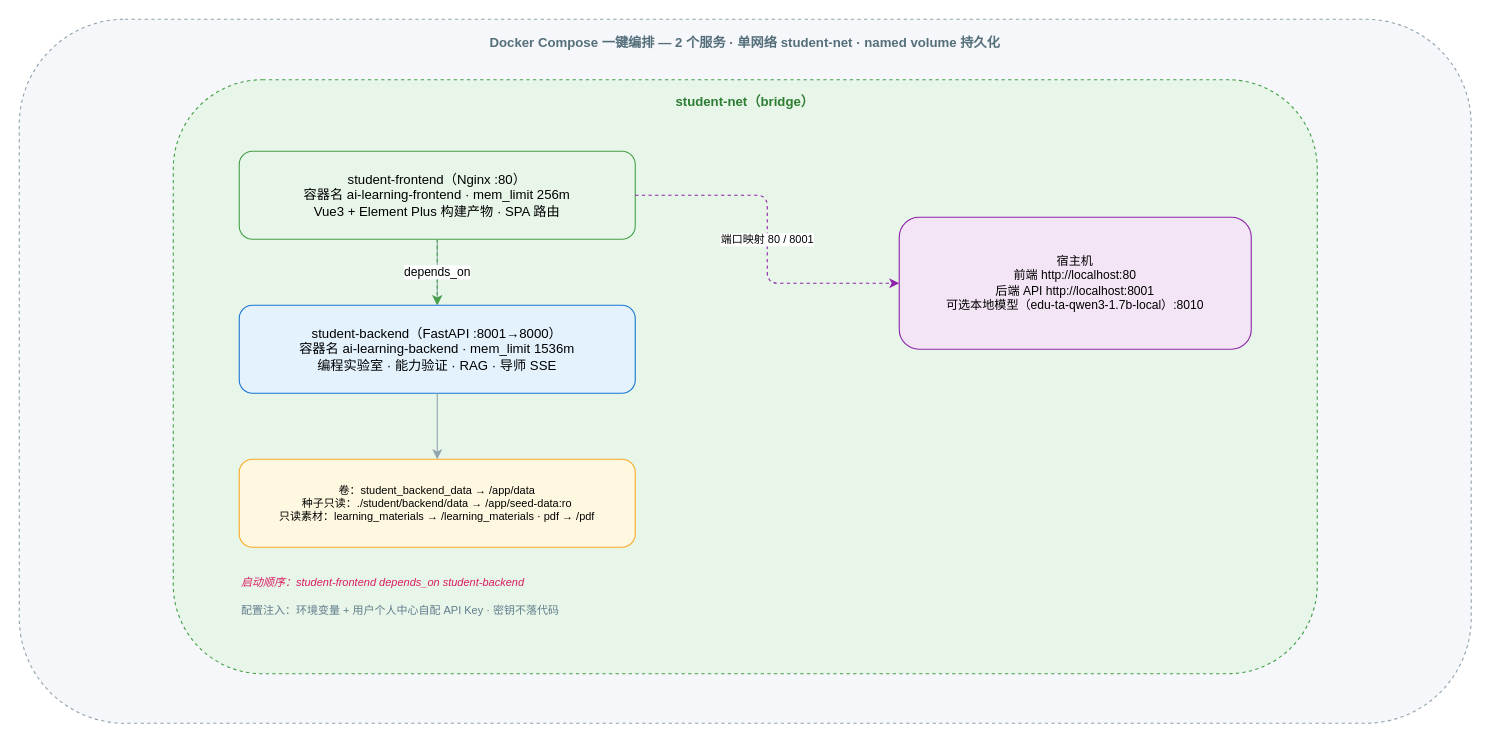
Before: docs/docker_compose_architecture.drawio in guoketg/innovational-competition, a draw.io diagram. Source tidied: cells renumbered, new cells numbered last; positions are measured from the earlier drawing's top-left corner, leaving out a move shared by most shapes. Both pictures are drawn from the tidied source at 110%, with x=0, y=0 at pixel (19, 19).
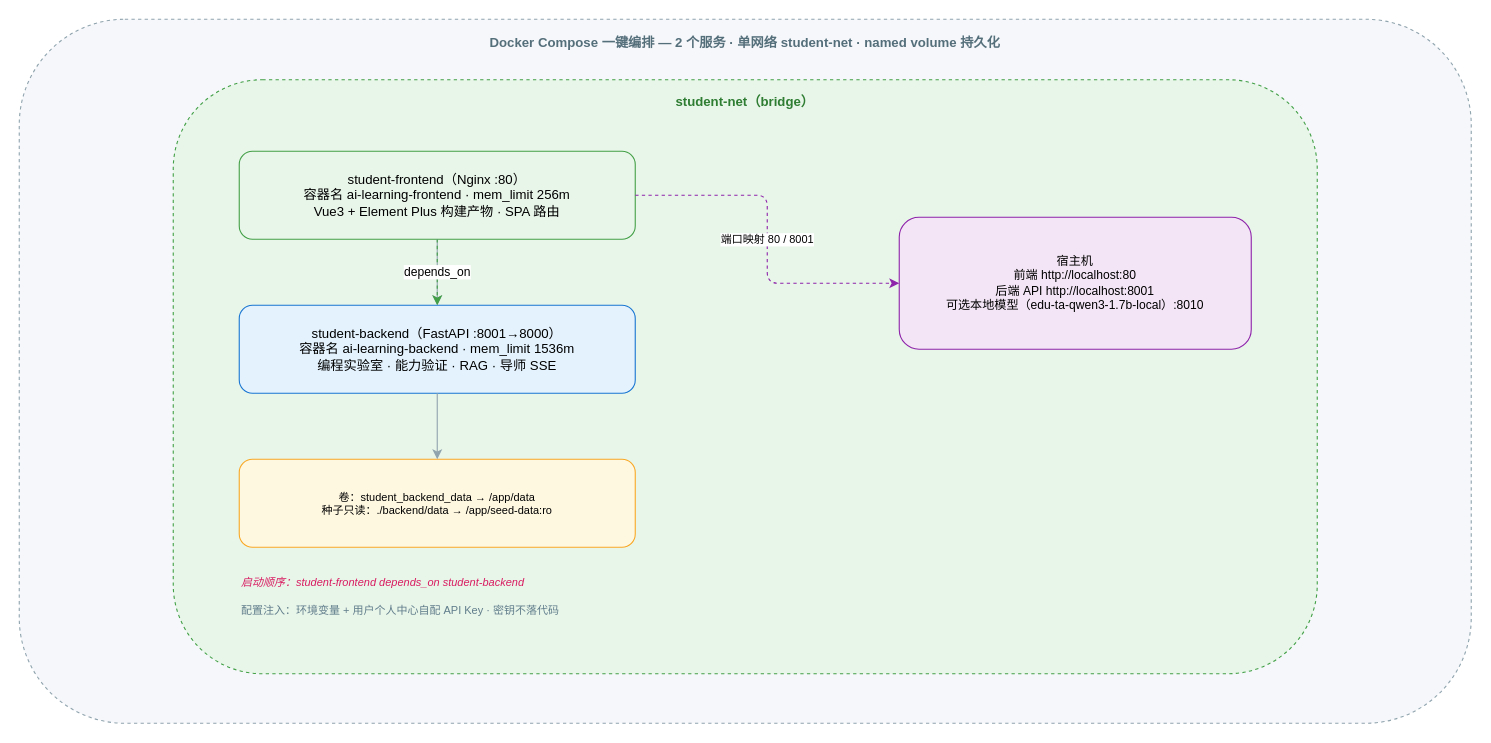
The same page after the edit.

What changed in the source:
```diff
@@
 <mxGraphModel>
   <root>
     <mxCell id="0" />
     <mxCell id="1" parent="0" />
     <mxCell id="2" value="Docker Compose 一键编排 — 2 个服务 · 单网络 student-net · named volume 持久化" style="rounded=1;whiteSpace=wrap;html=1;dashed=1;strokeColor=#90A4AE;fillColor=#F5F7FA;verticalAlign=top;align=center;fontColor=#546E7A;fontStyle=1;fontSize=12;spacingTop=8;" parent="1" vertex="1">
       <mxGeometry width="1320" height="640" as="geometry" />
     </mxCell>
     <mxCell id="3" value="student-net（bridge）" style="rounded=1;whiteSpace=wrap;html=1;dashed=1;strokeColor=#43A047;fillColor=#E8F5E9;verticalAlign=top;align=center;fontColor=#2E7D32;fontStyle=1;fontSize=12;spacingTop=6;" parent="1" vertex="1">
       <mxGeometry x="140" y="55" width="1040" height="540" as="geometry" />
     </mxCell>
     <mxCell id="4" value="student-frontend（Nginx :80）&#10;容器名 ai-learning-frontend · mem_limit 256m&#10;Vue3 + Element Plus 构建产物 · SPA 路由" style="rounded=1;whiteSpace=wrap;html=1;fillColor=#E8F5E9;strokeColor=#43A047;fontSize=12;" parent="1" vertex="1">
       <mxGeometry x="200" y="120" width="360" height="80" as="geometry" />
     </mxCell>
     <mxCell id="5" value="student-backend（FastAPI :8001→8000）&#10;容器名 ai-learning-backend · mem_limit 1536m&#10;编程实验室 · 能力验证 · RAG · 导师 SSE" style="rounded=1;whiteSpace=wrap;html=1;fillColor=#E3F2FD;strokeColor=#1976D2;fontSize=12;" parent="1" vertex="1">
       <mxGeometry x="200" y="260" width="360" height="80" as="geometry" />
     </mxCell>
-    <mxCell id="6" value="卷：student_backend_data → /app/data&#10;种子只读：./student/backend/data → /app/seed-data:ro&#10;只读素材：learning_materials → /learning_materials · pdf → /pdf" style="rounded=1;whiteSpace=wrap;html=1;fillColor=#FFF8E1;strokeColor=#F9A825;fontSize=10;" parent="1" vertex="1">
+    <mxCell id="6" value="卷：student_backend_data → /app/data&#10;种子只读：./backend/data → /app/seed-data:ro" style="rounded=1;whiteSpace=wrap;html=1;fillColor=#FFF8E1;strokeColor=#F9A825;fontSize=10;" parent="1" vertex="1">
       <mxGeometry x="200" y="400" width="360" height="80" as="geometry" />
     </mxCell>
     <mxCell id="7" value="宿主机&#10;前端 http://localhost:80&#10;后端 API http://localhost:8001&#10;可选本地模型（edu-ta-qwen3-1.7b-local）:8010" style="rounded=1;whiteSpace=wrap;html=1;fillColor=#F3E5F5;strokeColor=#8E24AA;fontSize=11;" parent="1" vertex="1">
       <mxGeometry x="800" y="180" width="320" height="120" as="geometry" />
     </mxCell>
     <mxCell id="8" value="启动顺序：student-frontend depends_on student-backend" style="text;html=1;align=left;fontSize=10;fontStyle=2;fontColor=#D81B60;" parent="1" vertex="1">
       <mxGeometry x="200" y="500" width="420" height="18" as="geometry" />
     </mxCell>
     <mxCell id="9" value="配置注入：环境变量 + 用户个人中心自配 API Key · 密钥不落代码" style="text;html=1;align=left;fontSize=10;fontColor=#607D8B;" parent="1" vertex="1">
       <mxGeometry x="200" y="525" width="520" height="18" as="geometry" />
     </mxCell>
     <mxCell id="10" style="edgeStyle=orthogonalEdgeStyle;rounded=1;html=1;strokeColor=#90A4AE;" parent="1" edge="1" source="4" target="5">
       <mxGeometry relative="1" as="geometry" />
     </mxCell>
     <mxCell id="11" value="depends_on" style="edgeStyle=orthogonalEdgeStyle;rounded=1;html=1;strokeColor=#43A047;dashed=1;" parent="1" edge="1" source="4" target="5">
       <mxGeometry relative="1" as="geometry" />
     </mxCell>
     <mxCell id="12" style="edgeStyle=orthogonalEdgeStyle;rounded=1;html=1;strokeColor=#90A4AE;" parent="1" edge="1" source="5" target="6">
       <mxGeometry relative="1" as="geometry" />
     </mxCell>
     <mxCell id="13" value="端口映射 80 / 8001" style="edgeStyle=orthogonalEdgeStyle;rounded=1;html=1;strokeColor=#8E24AA;dashed=1;fontSize=10;" parent="1" edge="1" source="4" target="7">
       <mxGeometry relative="1" as="geometry" />
     </mxCell>
   </root>
 </mxGraphModel>
```
